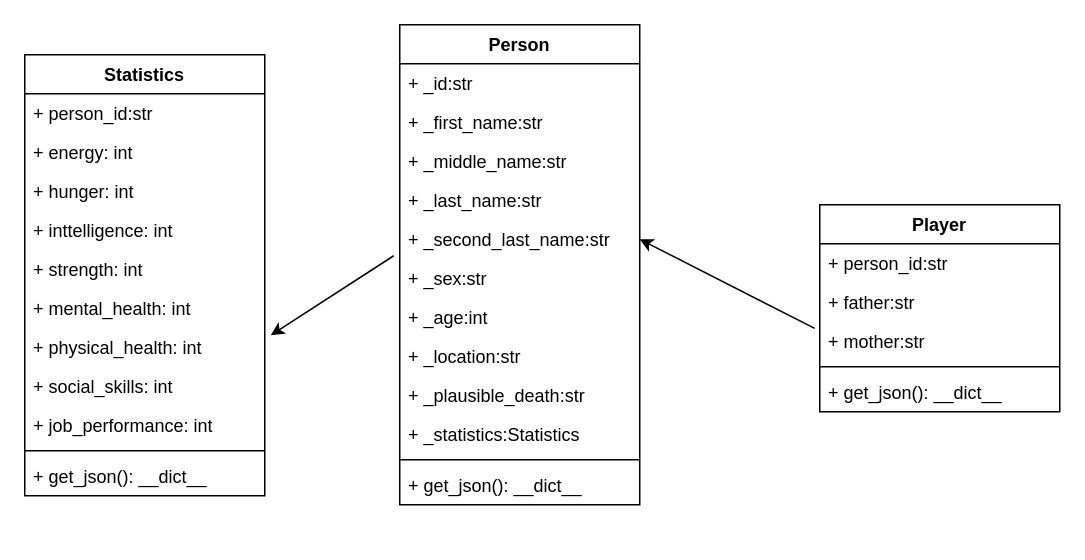
The draw.io diagram Docs/class-diagram.drawio in felipedelosh/API-LifeInstructions, before the edit. Source tidied: cells renumbered, new cells numbered last; positions are measured from the earlier drawing's top-left corner, leaving out a move shared by most shapes. Both pictures are drawn from the tidied source at 150%, with x=0, y=0 at pixel (24, 24).
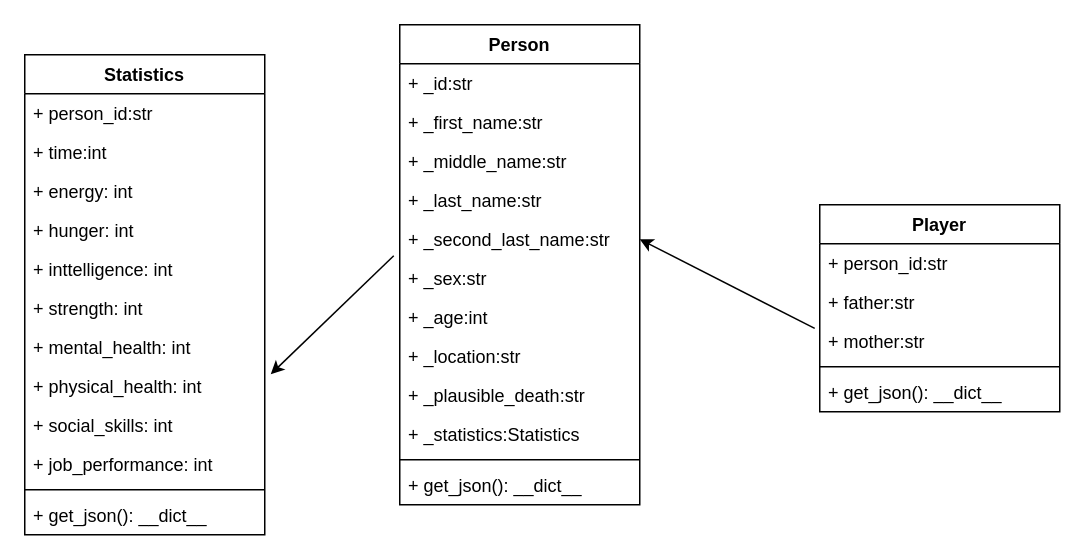
Above is the later version.

Commit message (it also covers changes not shown here):
UPDATE PERSON ADD TIME TO LIFE

Diff of the diagram source:
```diff
@@
     <mxCell id="22" value="Statistics" style="swimlane;fontStyle=1;align=center;verticalAlign=top;horizontal=1;startSize=26;" parent="1" vertex="1">
-      <mxGeometry y="20" width="160" height="294" as="geometry" />
+      <mxGeometry y="20" width="160" height="320" as="geometry" />
     </mxCell>
@@
+    <mxCell id="35" value="+ time:int" style="text;strokeColor=none;fillColor=none;align=left;verticalAlign=top;spacingLeft=4;spacingRight=4;overflow=hidden;" parent="22" vertex="1">
+      <mxGeometry y="52" width="160" height="26" as="geometry" />
+    </mxCell>
     <mxCell id="24" value="+ energy: int" style="text;strokeColor=none;fillColor=none;align=left;verticalAlign=top;spacingLeft=4;spacingRight=4;overflow=hidden;" parent="22" vertex="1">
-      <mxGeometry y="52" width="160" height="26" as="geometry" />
+      <mxGeometry y="78" width="160" height="26" as="geometry" />
     </mxCell>
     <mxCell id="25" value="+ hunger: int" style="text;strokeColor=none;fillColor=none;align=left;verticalAlign=top;spacingLeft=4;spacingRight=4;overflow=hidden;" parent="22" vertex="1">
-      <mxGeometry y="78" width="160" height="26" as="geometry" />
+      <mxGeometry y="104" width="160" height="26" as="geometry" />
     </mxCell>
     <mxCell id="26" value="+ inttelligence: int" style="text;strokeColor=none;fillColor=none;align=left;verticalAlign=top;spacingLeft=4;spacingRight=4;overflow=hidden;" parent="22" vertex="1">
-      <mxGeometry y="104" width="160" height="26" as="geometry" />
+      <mxGeometry y="130" width="160" height="26" as="geometry" />
     </mxCell>
     <mxCell id="27" value="+ strength: int" style="text;strokeColor=none;fillColor=none;align=left;verticalAlign=top;spacingLeft=4;spacingRight=4;overflow=hidden;" parent="22" vertex="1">
-      <mxGeometry y="130" width="160" height="26" as="geometry" />
+      <mxGeometry y="156" width="160" height="26" as="geometry" />
     </mxCell>
     <mxCell id="28" value="+ mental_health: int" style="text;strokeColor=none;fillColor=none;align=left;verticalAlign=top;spacingLeft=4;spacingRight=4;overflow=hidden;" parent="22" vertex="1">
-      <mxGeometry y="156" width="160" height="26" as="geometry" />
+      <mxGeometry y="182" width="160" height="26" as="geometry" />
     </mxCell>
     <mxCell id="29" value="+ physical_health: int" style="text;strokeColor=none;fillColor=none;align=left;verticalAlign=top;spacingLeft=4;spacingRight=4;overflow=hidden;points=[[0,0.5],[1,0.5]];portConstraint=eastwest;" parent="22" vertex="1">
-      <mxGeometry y="182" width="160" height="26" as="geometry" />
+      <mxGeometry y="208" width="160" height="26" as="geometry" />
     </mxCell>
     <mxCell id="30" value="+ social_skills: int" style="text;strokeColor=none;fillColor=none;align=left;verticalAlign=top;spacingLeft=4;spacingRight=4;overflow=hidden;" parent="22" vertex="1">
-      <mxGeometry y="208" width="160" height="26" as="geometry" />
+      <mxGeometry y="234" width="160" height="26" as="geometry" />
     </mxCell>
     <mxCell id="31" value="+ job_performance: int" style="text;strokeColor=none;fillColor=none;align=left;verticalAlign=top;spacingLeft=4;spacingRight=4;overflow=hidden;" parent="22" vertex="1">
-      <mxGeometry y="234" width="160" height="26" as="geometry" />
+      <mxGeometry y="260" width="160" height="26" as="geometry" />
     </mxCell>
     <mxCell id="32" style="line;strokeWidth=1;fillColor=none;align=left;verticalAlign=middle;spacingTop=-1;spacingLeft=3;spacingRight=3;labelPosition=right;strokeColor=inherit;" parent="22" vertex="1">
-      <mxGeometry y="260" width="160" height="8" as="geometry" />
+      <mxGeometry y="286" width="160" height="8" as="geometry" />
     </mxCell>
     <mxCell id="33" value="+ get_json(): __dict__" style="text;strokeColor=none;fillColor=none;align=left;verticalAlign=top;spacingLeft=4;spacingRight=4;overflow=hidden;" parent="22" vertex="1">
-      <mxGeometry y="268" width="160" height="26" as="geometry" />
+      <mxGeometry y="294" width="160" height="26" as="geometry" />
     </mxCell>
```
